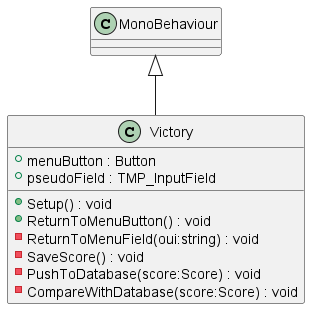
Eliaz-LR/3D-Minesweeper keeps this PlantUML diagram as uml-output/Victory.png. Above is the earlier version. The source it was exported from:
```plantuml
@startuml
class Victory {
    + menuButton : Button
    + pseudoField : TMP_InputField
    + Setup() : void
    + ReturnToMenuButton() : void
    - ReturnToMenuField(oui:string) : void
    - SaveScore() : void
    - PushToDatabase(score:Score) : void
    - CompareWithDatabase(score:Score) : void
}
MonoBehaviour <|-- Victory
@enduml
```
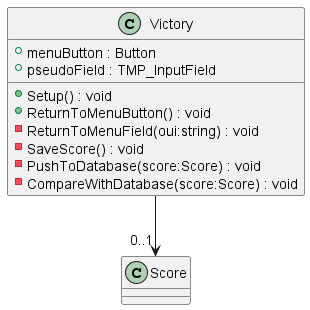
The same diagram one commit later.

Diff of the diagram source:
```diff
@@ -9,5 +9,5 @@
     - PushToDatabase(score:Score) : void
     - CompareWithDatabase(score:Score) : void
 }
-MonoBehaviour <|-- Victory
+Victory --> "0..1" Score
 @enduml
```
